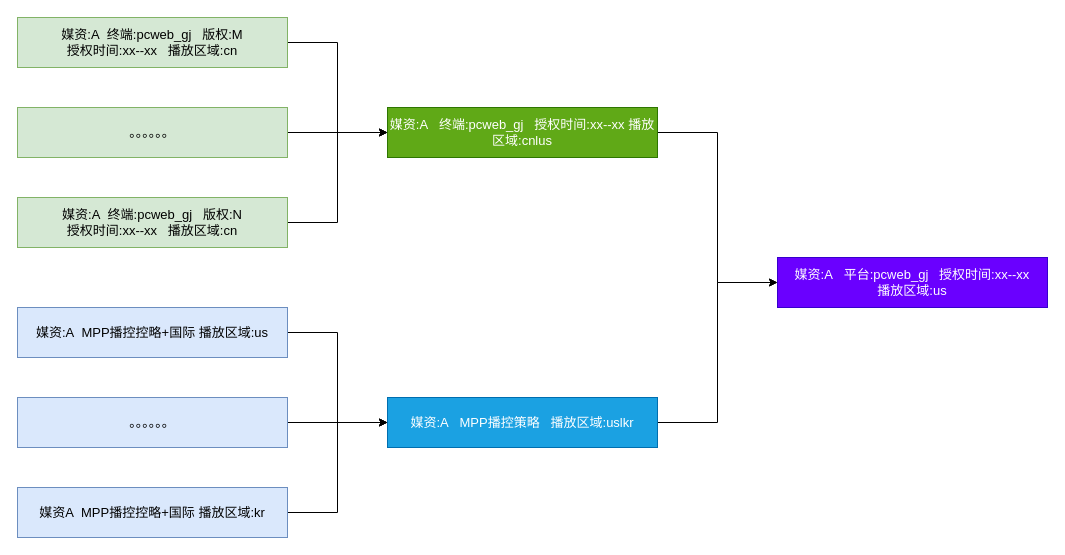
Above: 版权合并.drawio in hnzhouzhoujay/Activity (draw.io), before the change. Source tidied: cells renumbered, new cells numbered last; positions are measured from the earlier drawing's top-left corner, leaving out a move shared by most shapes. Both pictures are drawn from the tidied source at 100%, with x=0, y=0 at pixel (17, 17).
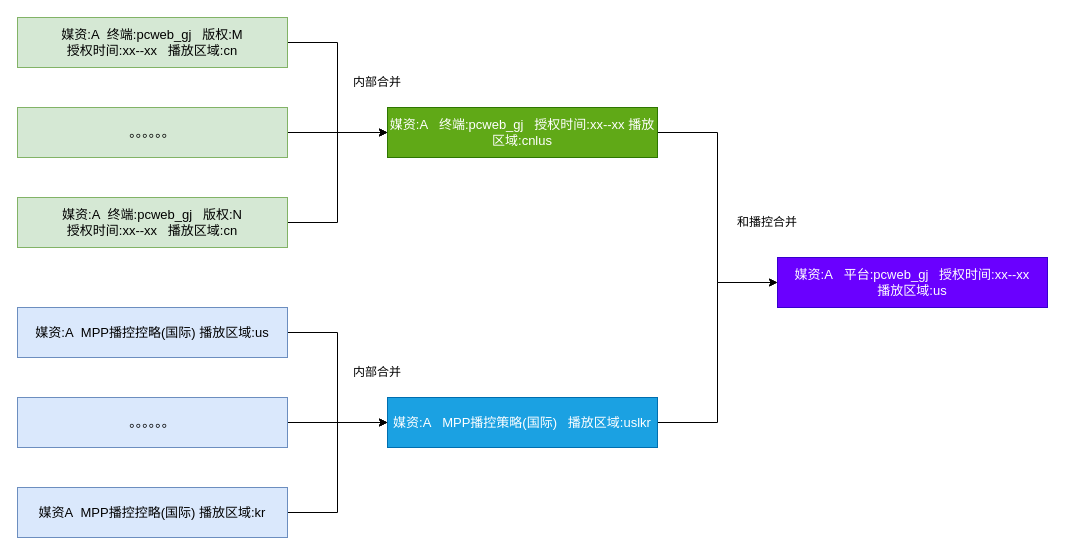
The same page after the edit.

Commit message (it also covers changes not shown here):
更新版权合并.drawio

The edit, as a diff of the source:
```diff
@@
-    <mxCell id="11" value="媒资:A&amp;nbsp; MPP播控控略+国际 播放区域:us" style="rounded=0;whiteSpace=wrap;html=1;fillColor=#dae8fc;strokeColor=#6c8ebf;fontSize=13;" parent="1" vertex="1">
+    <mxCell id="11" value="媒资:A&amp;nbsp; MPP播控控略(国际) 播放区域:us" style="rounded=0;whiteSpace=wrap;html=1;fillColor=#dae8fc;strokeColor=#6c8ebf;fontSize=13;" parent="1" vertex="1">
       <mxGeometry y="290" width="270" height="50" as="geometry" />
     </mxCell>
@@
-    <mxCell id="15" value="媒资A&amp;nbsp; MPP播控控略+国际 播放区域:kr" style="rounded=0;whiteSpace=wrap;html=1;fillColor=#dae8fc;strokeColor=#6c8ebf;fontSize=13;" parent="1" vertex="1">
+    <mxCell id="15" value="媒资A&amp;nbsp; MPP播控控略(国际) 播放区域:kr" style="rounded=0;whiteSpace=wrap;html=1;fillColor=#dae8fc;strokeColor=#6c8ebf;fontSize=13;" parent="1" vertex="1">
       <mxGeometry y="470" width="270" height="50" as="geometry" />
     </mxCell>
@@
-    <mxCell id="17" value="媒资:A&amp;nbsp; &amp;nbsp;MPP播控策略&amp;nbsp; &amp;nbsp;播放区域:uslkr" style="rounded=0;whiteSpace=wrap;html=1;fillColor=#1ba1e2;fontColor=#ffffff;strokeColor=#006EAF;fontSize=13;" parent="1" vertex="1">
+    <mxCell id="17" value="媒资:A&amp;nbsp; &amp;nbsp;MPP播控策略(国际)&amp;nbsp; &amp;nbsp;播放区域:uslkr" style="rounded=0;whiteSpace=wrap;html=1;fillColor=#1ba1e2;fontColor=#ffffff;strokeColor=#006EAF;fontSize=13;" parent="1" vertex="1">
       <mxGeometry x="370" y="380" width="270" height="50" as="geometry" />
     </mxCell>
@@
+    <mxCell id="19" value="内部合并" style="text;html=1;strokeColor=none;fillColor=none;align=center;verticalAlign=middle;whiteSpace=wrap;rounded=0;" parent="1" vertex="1">
+      <mxGeometry x="330" y="50" width="60" height="30" as="geometry" />
+    </mxCell>
+    <mxCell id="20" value="内部合并" style="text;html=1;strokeColor=none;fillColor=none;align=center;verticalAlign=middle;whiteSpace=wrap;rounded=0;" parent="1" vertex="1">
+      <mxGeometry x="330" y="340" width="60" height="30" as="geometry" />
+    </mxCell>
+    <mxCell id="21" value="和播控合并" style="text;html=1;strokeColor=none;fillColor=none;align=center;verticalAlign=middle;whiteSpace=wrap;rounded=0;" parent="1" vertex="1">
+      <mxGeometry x="710" y="190" width="80" height="30" as="geometry" />
+    </mxCell>
```
